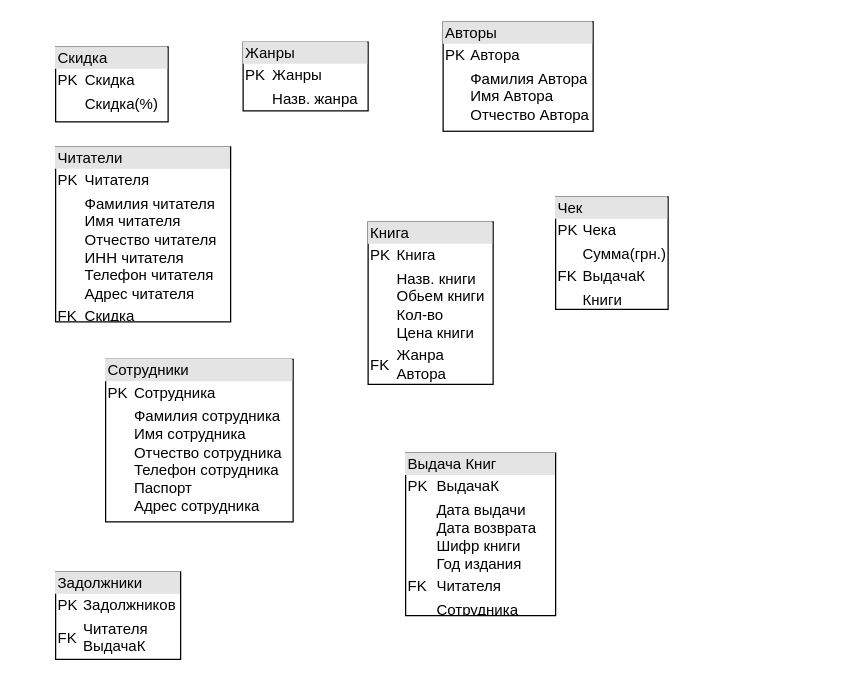
Before: Untitled Diagram.drawio in n1ce2k/n1ce2k_3, a draw.io diagram. Source tidied: cells renumbered, new cells numbered last; positions are measured from the earlier drawing's top-left corner, leaving out a move shared by most shapes. Both pictures are drawn from the tidied source at 125%, with x=0, y=0 at pixel (55, 21).
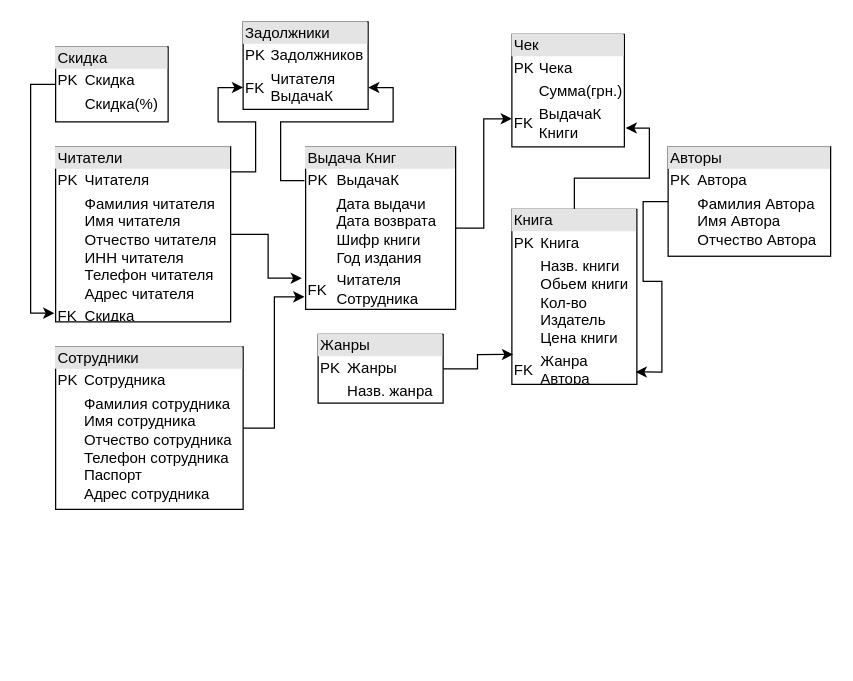
After the change.

The change refers to these unchanged cells:
```xml
<mxCell id="2" value="&lt;div style=&quot;box-sizing: border-box ; width: 100% ; background: #e4e4e4 ; padding: 2px&quot;&gt;Скидка&lt;/div&gt;&lt;table style=&quot;width: 100% ; font-size: 1em&quot; cellpadding=&quot;2&quot; cellspacing=&quot;0&quot;&gt;&lt;tbody&gt;&lt;tr&gt;&lt;td&gt;PK&lt;/td&gt;&lt;td&gt;Скидка&lt;/td&gt;&lt;/tr&gt;&lt;tr&gt;&lt;td&gt;&lt;br&gt;&lt;/td&gt;&lt;td&gt;Скидка(%)&lt;/td&gt;&lt;/tr&gt;&lt;tr&gt;&lt;td&gt;&lt;br&gt;&lt;/td&gt;&lt;td&gt;&lt;br&gt;&lt;/td&gt;&lt;/tr&gt;&lt;tr&gt;&lt;td&gt;&lt;br&gt;&lt;/td&gt;&lt;td&gt;&lt;br&gt;&lt;/td&gt;&lt;/tr&gt;&lt;tr&gt;&lt;td&gt;&lt;br&gt;&lt;/td&gt;&lt;td&gt;&lt;/td&gt;&lt;/tr&gt;&lt;/tbody&gt;&lt;/table&gt;" style="verticalAlign=top;align=left;overflow=fill;html=1;" parent="1" vertex="1">
  <mxGeometry y="20" width="90" height="60" as="geometry" />
</mxCell>
<mxCell id="5" value="&lt;div style=&quot;box-sizing: border-box ; width: 100% ; background: #e4e4e4 ; padding: 2px&quot;&gt;Читатели&lt;/div&gt;&lt;table style=&quot;width: 100% ; font-size: 1em&quot; cellpadding=&quot;2&quot; cellspacing=&quot;0&quot;&gt;&lt;tbody&gt;&lt;tr&gt;&lt;td&gt;PK&lt;/td&gt;&lt;td&gt;Читателя&lt;/td&gt;&lt;/tr&gt;&lt;tr&gt;&lt;td&gt;&lt;br&gt;&lt;/td&gt;&lt;td&gt;Фамилия читателя&lt;br&gt;Имя читателя&lt;br&gt;Отчество читателя&lt;br&gt;ИНН читателя&lt;br&gt;Телефон читателя&lt;br&gt;Адрес читателя&lt;/td&gt;&lt;/tr&gt;&lt;tr&gt;&lt;td&gt;FK&lt;/td&gt;&lt;td&gt;Скидка&lt;/td&gt;&lt;/tr&gt;&lt;tr&gt;&lt;td&gt;&lt;/td&gt;&lt;td&gt;&lt;br&gt;&lt;/td&gt;&lt;/tr&gt;&lt;/tbody&gt;&lt;/table&gt;" style="verticalAlign=top;align=left;overflow=fill;html=1;" parent="1" vertex="1">
  <mxGeometry y="100" width="140" height="140" as="geometry" />
</mxCell>
```

Diff of the diagram source:
```diff
@@
+    <mxCell id="11" style="edgeStyle=orthogonalEdgeStyle;rounded=0;jettySize=auto;html=1;entryX=-0.007;entryY=0.95;entryDx=0;entryDy=0;entryPerimeter=0;" parent="1" edge="1" source="2" target="5">
+      <mxGeometry relative="1" as="geometry">
+        <Array as="points">
+          <mxPoint x="-20" y="50" />
+          <mxPoint x="-20" y="233" />
+        </Array>
+      </mxGeometry>
+    </mxCell>
@@
+    <mxCell id="12" style="edgeStyle=orthogonalEdgeStyle;rounded=0;jettySize=auto;html=1;entryX=1;entryY=0.75;entryDx=0;entryDy=0;exitX=-0.008;exitY=0.208;exitDx=0;exitDy=0;exitPerimeter=0;" parent="1" edge="1" source="3" target="6">
+      <mxGeometry relative="1" as="geometry" />
+    </mxCell>
+    <mxCell id="13" style="edgeStyle=orthogonalEdgeStyle;rounded=0;jettySize=auto;html=1;entryX=0;entryY=0.75;entryDx=0;entryDy=0;" parent="1" edge="1" source="3" target="10">
+      <mxGeometry relative="1" as="geometry" />
+    </mxCell>
-    <mxCell id="3" value="&lt;div style=&quot;box-sizing: border-box ; width: 100% ; background: #e4e4e4 ; padding: 2px&quot;&gt;Выдача Книг&lt;/div&gt;&lt;table style=&quot;width: 100% ; font-size: 1em&quot; cellpadding=&quot;2&quot; cellspacing=&quot;0&quot;&gt;&lt;tbody&gt;&lt;tr&gt;&lt;td&gt;PK&lt;/td&gt;&lt;td&gt;ВыдачаК&lt;/td&gt;&lt;/tr&gt;&lt;tr&gt;&lt;td&gt;&lt;br&gt;&lt;/td&gt;&lt;td&gt;Дата выдачи&lt;br&gt;Дата возврата&lt;br&gt;Шифр книги&lt;br&gt;Год издания&lt;/td&gt;&lt;/tr&gt;&lt;tr&gt;&lt;td&gt;FK&lt;/td&gt;&lt;td&gt;Читателя&lt;/td&gt;&lt;/tr&gt;&lt;tr&gt;&lt;td&gt;&lt;/td&gt;&lt;td&gt;Сотрудника&lt;/td&gt;&lt;/tr&gt;&lt;/tbody&gt;&lt;/table&gt;" style="verticalAlign=top;align=left;overflow=fill;html=1;" parent="1" vertex="1">
-      <mxGeometry x="280" y="345" width="120" height="130" as="geometry" />
+    <mxCell id="3" value="&lt;div style=&quot;box-sizing: border-box ; width: 100% ; background: #e4e4e4 ; padding: 2px&quot;&gt;Выдача Книг&lt;/div&gt;&lt;table style=&quot;width: 100% ; font-size: 1em&quot; cellpadding=&quot;2&quot; cellspacing=&quot;0&quot;&gt;&lt;tbody&gt;&lt;tr&gt;&lt;td&gt;PK&lt;/td&gt;&lt;td&gt;ВыдачаК&lt;/td&gt;&lt;/tr&gt;&lt;tr&gt;&lt;td&gt;&lt;br&gt;&lt;/td&gt;&lt;td&gt;Дата выдачи&lt;br&gt;Дата возврата&lt;br&gt;Шифр книги&lt;br&gt;Год издания&lt;/td&gt;&lt;/tr&gt;&lt;tr&gt;&lt;td&gt;FK&lt;/td&gt;&lt;td&gt;Читателя&lt;br&gt;Сотрудника&lt;br&gt;&lt;/td&gt;&lt;/tr&gt;&lt;tr&gt;&lt;td&gt;&lt;/td&gt;&lt;td&gt;&lt;br&gt;&lt;/td&gt;&lt;/tr&gt;&lt;/tbody&gt;&lt;/table&gt;" style="verticalAlign=top;align=left;overflow=fill;html=1;" parent="1" vertex="1">
+      <mxGeometry x="200" y="100" width="120" height="130" as="geometry" />
     </mxCell>
+    <mxCell id="14" style="edgeStyle=orthogonalEdgeStyle;rounded=0;jettySize=auto;html=1;entryX=-0.008;entryY=0.923;entryDx=0;entryDy=0;entryPerimeter=0;" parent="1" edge="1" source="4" target="3">
+      <mxGeometry relative="1" as="geometry" />
+    </mxCell>
     <mxCell id="4" value="&lt;div style=&quot;box-sizing: border-box ; width: 100% ; background: #e4e4e4 ; padding: 2px&quot;&gt;Сотрудники&lt;/div&gt;&lt;table style=&quot;width: 100% ; font-size: 1em&quot; cellpadding=&quot;2&quot; cellspacing=&quot;0&quot;&gt;&lt;tbody&gt;&lt;tr&gt;&lt;td&gt;PK&lt;/td&gt;&lt;td&gt;Сотрудника&lt;/td&gt;&lt;/tr&gt;&lt;tr&gt;&lt;td&gt;&lt;br&gt;&lt;/td&gt;&lt;td&gt;Фамилия сотрудника&lt;br&gt;Имя сотрудника&lt;br&gt;Отчество сотрудника&lt;br&gt;Телефон сотрудника&lt;br&gt;Паспорт&lt;br&gt;Адрес сотрудника&lt;/td&gt;&lt;/tr&gt;&lt;tr&gt;&lt;td&gt;&lt;br&gt;&lt;/td&gt;&lt;td&gt;&lt;br&gt;&lt;/td&gt;&lt;/tr&gt;&lt;tr&gt;&lt;td&gt;&lt;/td&gt;&lt;td&gt;&lt;br&gt;&lt;/td&gt;&lt;/tr&gt;&lt;/tbody&gt;&lt;/table&gt;" style="verticalAlign=top;align=left;overflow=fill;html=1;" parent="1" vertex="1">
-      <mxGeometry x="40" y="270" width="150" height="130" as="geometry" />
+      <mxGeometry y="260" width="150" height="130" as="geometry" />
     </mxCell>
+    <mxCell id="15" style="edgeStyle=orthogonalEdgeStyle;rounded=0;jettySize=auto;html=1;entryX=0;entryY=0.75;entryDx=0;entryDy=0;" parent="1" edge="1" source="5" target="6">
+      <mxGeometry relative="1" as="geometry">
+        <Array as="points">
+          <mxPoint x="160" y="120" />
+          <mxPoint x="160" y="80" />
+          <mxPoint x="130" y="80" />
+          <mxPoint x="130" y="53" />
+        </Array>
+      </mxGeometry>
+    </mxCell>
+    <mxCell id="16" style="edgeStyle=orthogonalEdgeStyle;rounded=0;jettySize=auto;html=1;entryX=-0.025;entryY=0.808;entryDx=0;entryDy=0;entryPerimeter=0;" parent="1" edge="1" source="5" target="3">
+      <mxGeometry relative="1" as="geometry" />
+    </mxCell>
@@
     <mxCell id="6" value="&lt;div style=&quot;box-sizing: border-box ; width: 100% ; background: #e4e4e4 ; padding: 2px&quot;&gt;Задолжники&lt;/div&gt;&lt;table style=&quot;width: 100% ; font-size: 1em&quot; cellpadding=&quot;2&quot; cellspacing=&quot;0&quot;&gt;&lt;tbody&gt;&lt;tr&gt;&lt;td&gt;PK&lt;/td&gt;&lt;td&gt;Задолжников&lt;/td&gt;&lt;/tr&gt;&lt;tr&gt;&lt;td&gt;FK&lt;/td&gt;&lt;td&gt;Читателя&lt;br&gt;ВыдачаК&lt;/td&gt;&lt;/tr&gt;&lt;tr&gt;&lt;td&gt;&lt;/td&gt;&lt;td&gt;&lt;br&gt;&lt;/td&gt;&lt;/tr&gt;&lt;/tbody&gt;&lt;/table&gt;" style="verticalAlign=top;align=left;overflow=fill;html=1;" parent="1" vertex="1">
-      <mxGeometry y="440" width="100" height="70" as="geometry" />
+      <mxGeometry x="150" width="100" height="70" as="geometry" />
     </mxCell>
+    <mxCell id="17" style="edgeStyle=orthogonalEdgeStyle;rounded=0;jettySize=auto;html=1;entryX=1.011;entryY=0.833;entryDx=0;entryDy=0;entryPerimeter=0;" parent="1" edge="1" source="7" target="10">
+      <mxGeometry relative="1" as="geometry" />
+    </mxCell>
-    <mxCell id="7" value="&lt;div style=&quot;box-sizing: border-box ; width: 100% ; background: #e4e4e4 ; padding: 2px&quot;&gt;Книга&lt;/div&gt;&lt;table style=&quot;width: 100% ; font-size: 1em&quot; cellpadding=&quot;2&quot; cellspacing=&quot;0&quot;&gt;&lt;tbody&gt;&lt;tr&gt;&lt;td&gt;PK&lt;/td&gt;&lt;td&gt;Книга&lt;br&gt;&lt;/td&gt;&lt;/tr&gt;&lt;tr&gt;&lt;td&gt;&lt;br&gt;&lt;/td&gt;&lt;td&gt;Назв. книги&lt;br&gt;Обьем книги&lt;br&gt;Кол-во&lt;br&gt;Цена книги&lt;/td&gt;&lt;/tr&gt;&lt;tr&gt;&lt;td&gt;FK&lt;/td&gt;&lt;td&gt;Жанра&lt;br&gt;Автора&lt;/td&gt;&lt;/tr&gt;&lt;tr&gt;&lt;td&gt;&lt;/td&gt;&lt;td&gt;&lt;br&gt;&lt;/td&gt;&lt;/tr&gt;&lt;/tbody&gt;&lt;/table&gt;" style="verticalAlign=top;align=left;overflow=fill;html=1;" parent="1" vertex="1">
-      <mxGeometry x="250" y="160" width="100" height="130" as="geometry" />
+    <mxCell id="7" value="&lt;div style=&quot;box-sizing: border-box ; width: 100% ; background: #e4e4e4 ; padding: 2px&quot;&gt;Книга&lt;/div&gt;&lt;table style=&quot;width: 100% ; font-size: 1em&quot; cellpadding=&quot;2&quot; cellspacing=&quot;0&quot;&gt;&lt;tbody&gt;&lt;tr&gt;&lt;td&gt;PK&lt;/td&gt;&lt;td&gt;Книга&lt;br&gt;&lt;/td&gt;&lt;/tr&gt;&lt;tr&gt;&lt;td&gt;&lt;br&gt;&lt;/td&gt;&lt;td&gt;Назв. книги&lt;br&gt;Обьем книги&lt;br&gt;Кол-во&lt;br&gt;Издатель&lt;br&gt;Цена книги&lt;br&gt;&lt;/td&gt;&lt;/tr&gt;&lt;tr&gt;&lt;td&gt;FK&lt;/td&gt;&lt;td&gt;Жанра&lt;br&gt;Автора&lt;/td&gt;&lt;/tr&gt;&lt;tr&gt;&lt;td&gt;&lt;/td&gt;&lt;td&gt;&lt;br&gt;&lt;/td&gt;&lt;/tr&gt;&lt;/tbody&gt;&lt;/table&gt;" style="verticalAlign=top;align=left;overflow=fill;html=1;" parent="1" vertex="1">
+      <mxGeometry x="365" y="150" width="100" height="140" as="geometry" />
     </mxCell>
+    <mxCell id="18" style="edgeStyle=orthogonalEdgeStyle;rounded=0;jettySize=auto;html=1;entryX=0.99;entryY=0.929;entryDx=0;entryDy=0;entryPerimeter=0;" parent="1" edge="1" source="8" target="7">
+      <mxGeometry relative="1" as="geometry" />
+    </mxCell>
     <mxCell id="8" value="&lt;div style=&quot;box-sizing: border-box ; width: 100% ; background: #e4e4e4 ; padding: 2px&quot;&gt;Авторы&lt;/div&gt;&lt;table style=&quot;width: 100% ; font-size: 1em&quot; cellpadding=&quot;2&quot; cellspacing=&quot;0&quot;&gt;&lt;tbody&gt;&lt;tr&gt;&lt;td&gt;PK&lt;/td&gt;&lt;td&gt;Автора&lt;/td&gt;&lt;/tr&gt;&lt;tr&gt;&lt;td&gt;&lt;br&gt;&lt;/td&gt;&lt;td&gt;Фамилия Автора&lt;br&gt;Имя Автора&lt;br&gt;Отчество Автора&lt;/td&gt;&lt;/tr&gt;&lt;tr&gt;&lt;td&gt;&lt;/td&gt;&lt;td&gt;&lt;br&gt;&lt;/td&gt;&lt;/tr&gt;&lt;/tbody&gt;&lt;/table&gt;" style="verticalAlign=top;align=left;overflow=fill;html=1;" parent="1" vertex="1">
-      <mxGeometry x="310" width="120" height="87.5" as="geometry" />
+      <mxGeometry x="490" y="100" width="130" height="87.5" as="geometry" />
     </mxCell>
+    <mxCell id="19" style="edgeStyle=orthogonalEdgeStyle;rounded=0;jettySize=auto;html=1;entryX=0.01;entryY=0.829;entryDx=0;entryDy=0;entryPerimeter=0;" parent="1" edge="1" source="9" target="7">
+      <mxGeometry relative="1" as="geometry" />
+    </mxCell>
     <mxCell id="9" value="&lt;div style=&quot;box-sizing: border-box ; width: 100% ; background: #e4e4e4 ; padding: 2px&quot;&gt;Жанры&lt;/div&gt;&lt;table style=&quot;width: 100% ; font-size: 1em&quot; cellpadding=&quot;2&quot; cellspacing=&quot;0&quot;&gt;&lt;tbody&gt;&lt;tr&gt;&lt;td&gt;PK&lt;/td&gt;&lt;td&gt;Жанры&lt;/td&gt;&lt;/tr&gt;&lt;tr&gt;&lt;td&gt;&lt;br&gt;&lt;/td&gt;&lt;td&gt;Назв. жанра&lt;/td&gt;&lt;/tr&gt;&lt;tr&gt;&lt;td&gt;&lt;/td&gt;&lt;td&gt;&lt;br&gt;&lt;/td&gt;&lt;/tr&gt;&lt;/tbody&gt;&lt;/table&gt;" style="verticalAlign=top;align=left;overflow=fill;html=1;" parent="1" vertex="1">
-      <mxGeometry x="150" y="16.2" width="100" height="55" as="geometry" />
+      <mxGeometry x="210" y="250" width="100" height="55" as="geometry" />
     </mxCell>
-    <mxCell id="10" value="&lt;div style=&quot;box-sizing: border-box ; width: 100% ; background: #e4e4e4 ; padding: 2px&quot;&gt;Чек&lt;/div&gt;&lt;table style=&quot;width: 100% ; font-size: 1em&quot; cellpadding=&quot;2&quot; cellspacing=&quot;0&quot;&gt;&lt;tbody&gt;&lt;tr&gt;&lt;td&gt;PK&lt;/td&gt;&lt;td&gt;Чека&lt;/td&gt;&lt;/tr&gt;&lt;tr&gt;&lt;td&gt;&lt;br&gt;&lt;/td&gt;&lt;td&gt;Сумма(грн.)&lt;/td&gt;&lt;/tr&gt;&lt;tr&gt;&lt;td&gt;FK&lt;/td&gt;&lt;td&gt;ВыдачаК&lt;/td&gt;&lt;/tr&gt;&lt;tr&gt;&lt;td&gt;&lt;/td&gt;&lt;td&gt;Книги&lt;/td&gt;&lt;/tr&gt;&lt;/tbody&gt;&lt;/table&gt;" style="verticalAlign=top;align=left;overflow=fill;html=1;" parent="1" vertex="1">
-      <mxGeometry x="400" y="140" width="90" height="90" as="geometry" />
+    <mxCell id="10" value="&lt;div style=&quot;box-sizing: border-box ; width: 100% ; background: #e4e4e4 ; padding: 2px&quot;&gt;Чек&lt;/div&gt;&lt;table style=&quot;width: 100% ; font-size: 1em&quot; cellpadding=&quot;2&quot; cellspacing=&quot;0&quot;&gt;&lt;tbody&gt;&lt;tr&gt;&lt;td&gt;PK&lt;/td&gt;&lt;td&gt;Чека&lt;/td&gt;&lt;/tr&gt;&lt;tr&gt;&lt;td&gt;&lt;br&gt;&lt;/td&gt;&lt;td&gt;Сумма(грн.)&lt;/td&gt;&lt;/tr&gt;&lt;tr&gt;&lt;td&gt;FK&lt;/td&gt;&lt;td&gt;ВыдачаК&lt;br&gt;Книги&lt;br&gt;&lt;/td&gt;&lt;/tr&gt;&lt;tr&gt;&lt;td&gt;&lt;/td&gt;&lt;td&gt;&lt;br&gt;&lt;/td&gt;&lt;/tr&gt;&lt;/tbody&gt;&lt;/table&gt;" style="verticalAlign=top;align=left;overflow=fill;html=1;" parent="1" vertex="1">
+      <mxGeometry x="365" y="10" width="90" height="90" as="geometry" />
     </mxCell>
```
